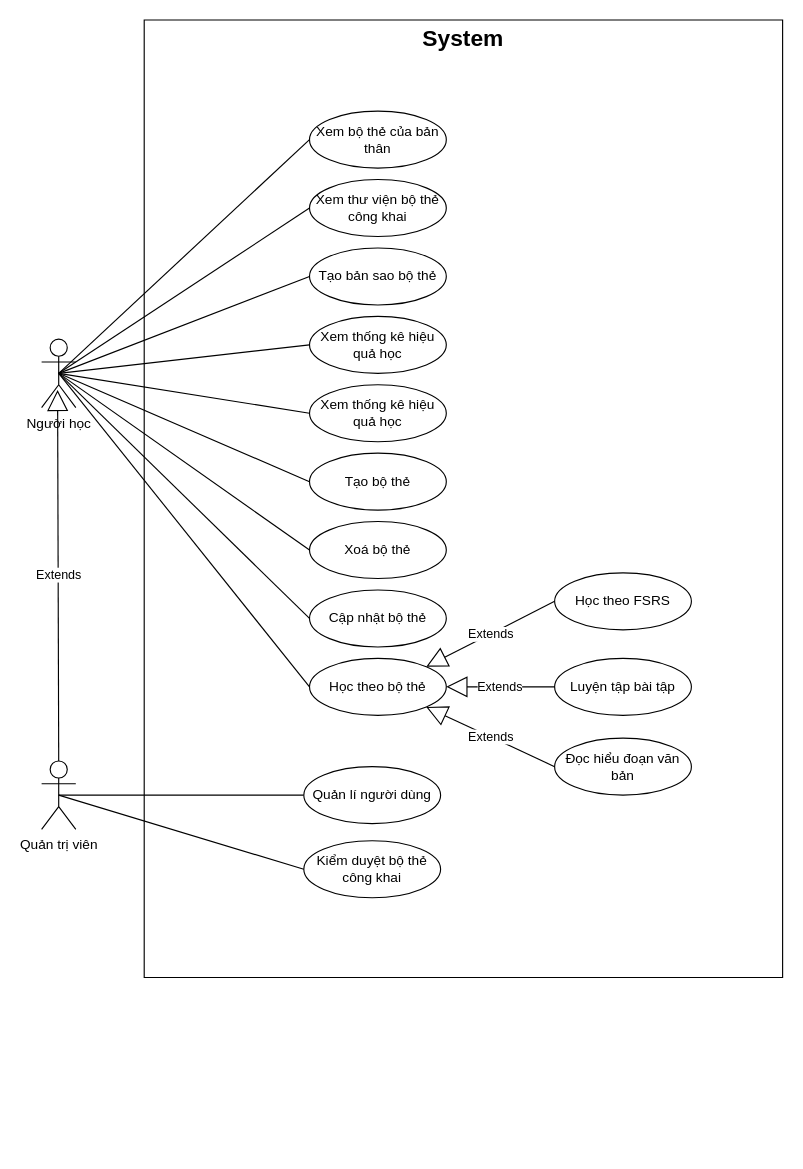
DUYCUTEPHOMAIQUE/Project3 keeps this draw.io diagram as docs/usecase.drawio. Above is the earlier version. Source tidied: cells renumbered, new cells numbered last; positions are measured from the earlier drawing's top-left corner, leaving out a move shared by most shapes. Both pictures are drawn from the tidied source at 114%, with x=0, y=0 at pixel (41, 19).
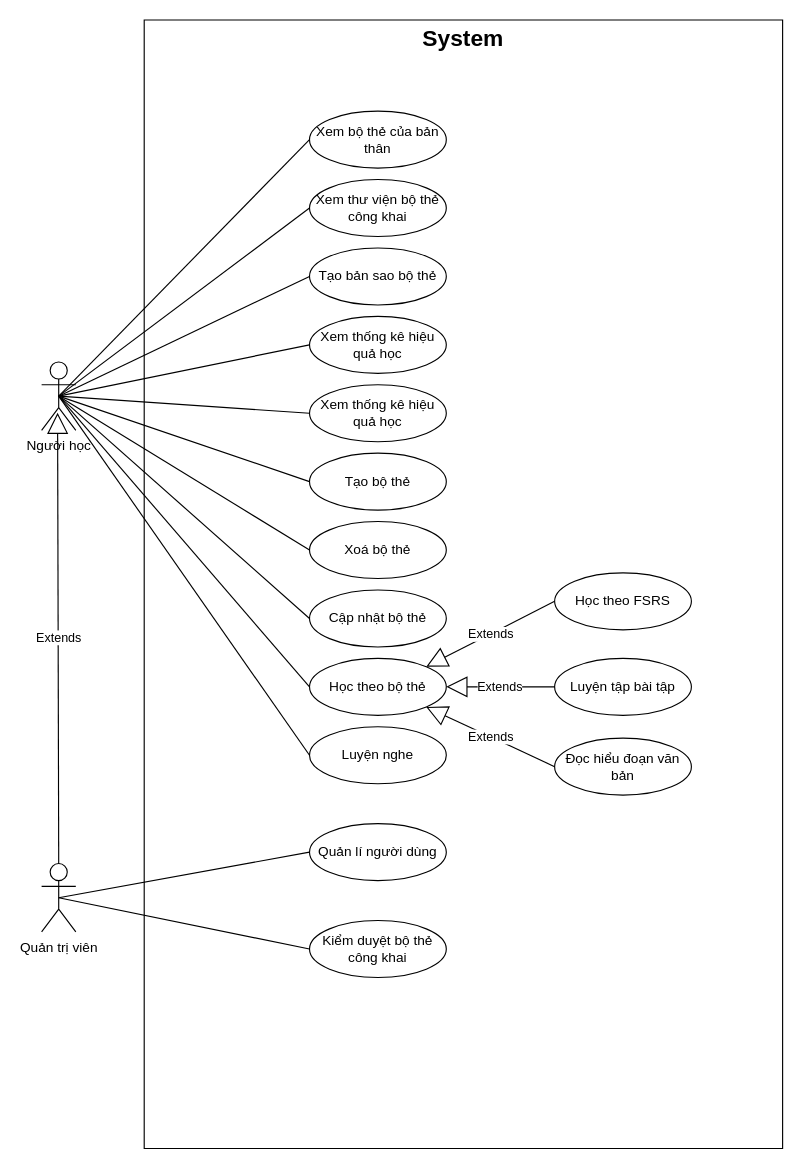
After the change.

What changed in the source:
```diff
@@
     <mxCell id="2" value="Người học" style="shape=umlActor;verticalLabelPosition=bottom;verticalAlign=top;html=1;" parent="1" vertex="1">
-      <mxGeometry y="280" width="30" height="60" as="geometry" />
+      <mxGeometry y="300" width="30" height="60" as="geometry" />
     </mxCell>
     <mxCell id="3" style="verticalLabelPosition=bottom;verticalAlign=top;html=1;shape=mxgraph.basic.rect;fillColor2=none;strokeWidth=1;size=20;indent=5;" parent="1" vertex="1">
-      <mxGeometry x="90" width="560" height="840" as="geometry" />
+      <mxGeometry x="90" width="560" height="990" as="geometry" />
     </mxCell>
@@
-    <mxCell id="28" style="edgeStyle=orthogonalEdgeStyle;rounded=0;jettySize=auto;html=1;exitX=0.5;exitY=0.5;exitDx=0;exitDy=0;exitPerimeter=0;entryX=0;entryY=0.5;entryDx=0;entryDy=0;endArrow=none;endFill=0;" parent="1" edge="1" source="29" target="32">
+    <mxCell id="28" style="rounded=0;jettySize=auto;html=1;exitX=0.5;exitY=0.5;exitDx=0;exitDy=0;exitPerimeter=0;entryX=0;entryY=0.5;entryDx=0;entryDy=0;endArrow=none;endFill=0;" parent="1" edge="1" source="29" target="32">
       <mxGeometry relative="1" as="geometry" />
     </mxCell>
     <mxCell id="29" value="Quản trị viên" style="shape=umlActor;verticalLabelPosition=bottom;verticalAlign=top;html=1;" parent="1" vertex="1">
-      <mxGeometry y="650" width="30" height="60" as="geometry" />
+      <mxGeometry y="740" width="30" height="60" as="geometry" />
     </mxCell>
@@
     <mxCell id="32" value="Quản lí người dùng" style="ellipse;whiteSpace=wrap;html=1;" parent="1" vertex="1">
-      <mxGeometry x="230" y="655" width="120" height="50" as="geometry" />
+      <mxGeometry x="235" y="705" width="120" height="50" as="geometry" />
     </mxCell>
     <mxCell id="33" value="Kiểm duyệt bộ thẻ công khai" style="ellipse;whiteSpace=wrap;html=1;" parent="1" vertex="1">
-      <mxGeometry x="230" y="720" width="120" height="50" as="geometry" />
+      <mxGeometry x="235" y="790" width="120" height="50" as="geometry" />
     </mxCell>
@@
+    <mxCell id="35" value="Luyện nghe" style="ellipse;whiteSpace=wrap;html=1;" parent="1" vertex="1">
+      <mxGeometry x="235" y="620" width="120" height="50" as="geometry" />
+    </mxCell>
+    <mxCell id="36" style="endArrow=none;html=1;rounded=0;entryX=0;entryY=0.5;entryDx=0;entryDy=0;exitX=0.5;exitY=0.5;exitDx=0;exitDy=0;exitPerimeter=0;" parent="1" edge="1" source="2" target="35">
+      <mxGeometry relative="1" as="geometry" />
+    </mxCell>
```
